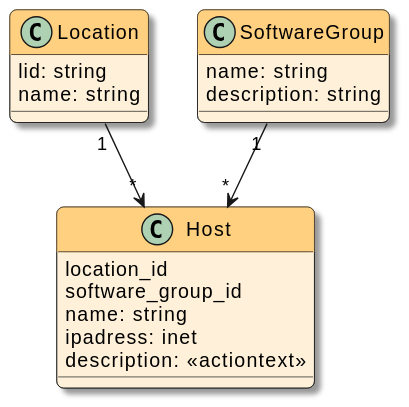
Above: public/docs/dev-notes/_images/hosts.svg in swobspace/mirco (PlantUML), before the change.
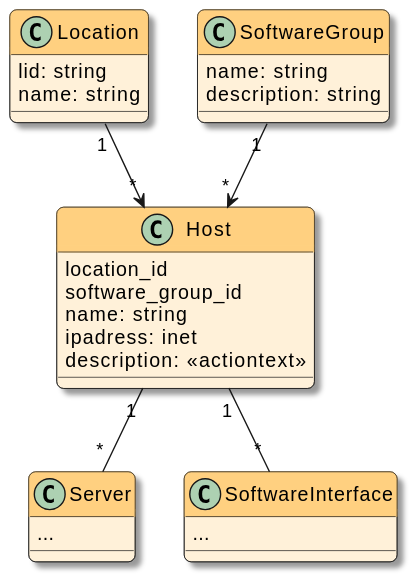
The same diagram one commit later.

What changed in the source:
```diff
@@ -20,6 +20,15 @@
   description: <<actiontext>>
 }
 
+class Server {
+  ...
+}
+class SoftwareInterface {
+  ...
+}
+
 Location "1" --> "*" Host
 SoftwareGroup "1" --> "*" Host
+Host "1" -- "*" Server
+Host "1" -- "*" SoftwareInterface
 @enduml
```
